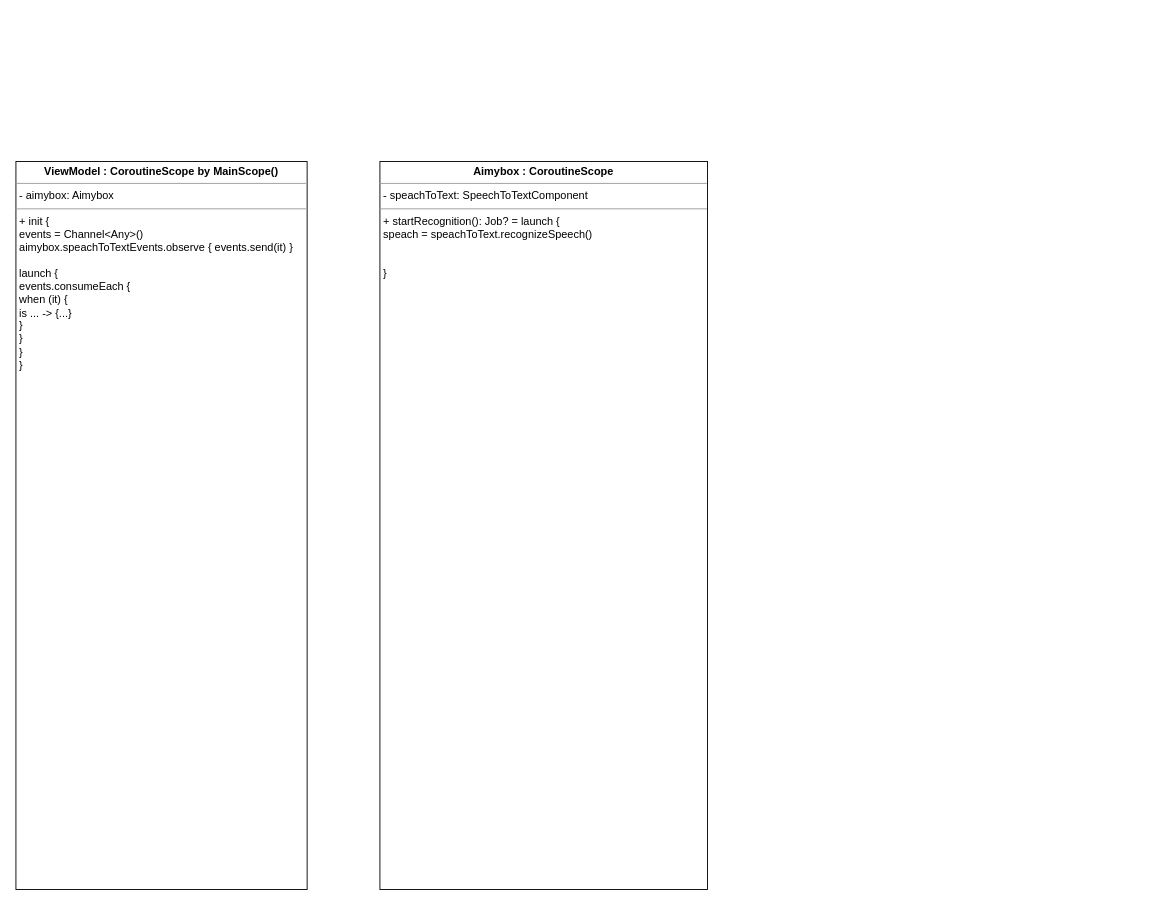
ShiryaevNikolay/diagrams keeps this draw.io diagram as AudioRecord.drawio. Above is the earlier version. Source tidied: cells renumbered, new cells numbered last; positions are measured from the earlier drawing's top-left corner, leaving out a move shared by most shapes. Both pictures are drawn from the tidied source at 91%, with x=0, y=0 at pixel (15, 161).
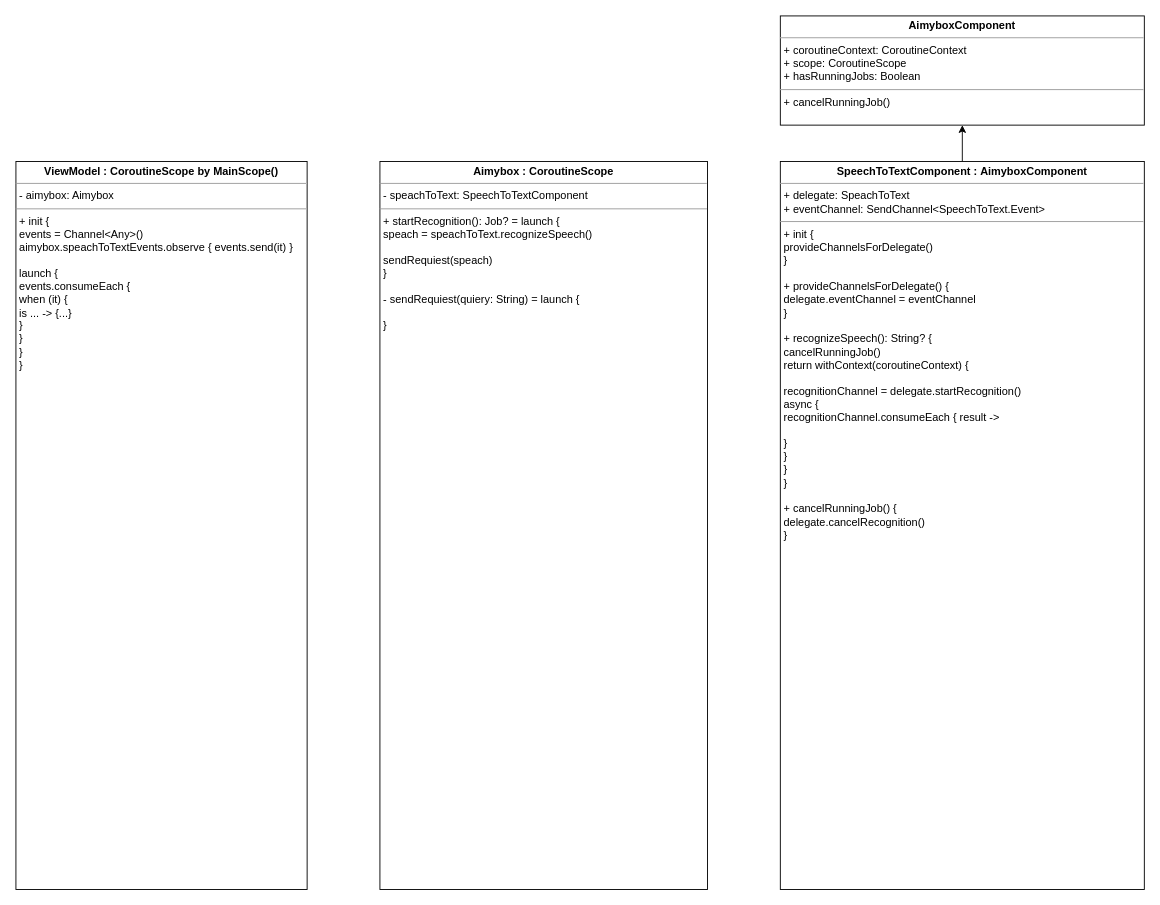
The same page after the edit.

Diff of the diagram source:
```diff
@@
 <mxGraphModel>
   <root>
     <mxCell id="0" />
     <mxCell id="1" parent="0" />
     <mxCell id="2" value="&lt;p style=&quot;margin:0px;margin-top:4px;text-align:center;&quot;&gt;&lt;b&gt;ViewModel :&amp;nbsp;&lt;/b&gt;&lt;b style=&quot;background-color: initial;&quot;&gt;CoroutineScope by MainScope()&lt;/b&gt;&lt;/p&gt;&lt;hr size=&quot;1&quot;&gt;&lt;p style=&quot;margin:0px;margin-left:4px;&quot;&gt;-&amp;nbsp;aimybox: Aimybox&lt;/p&gt;&lt;hr size=&quot;1&quot;&gt;&lt;p style=&quot;margin:0px;margin-left:4px;&quot;&gt;+ init {&lt;/p&gt;&lt;p style=&quot;margin:0px;margin-left:4px;&quot;&gt;events = Channel&amp;lt;Any&amp;gt;()&lt;/p&gt;&lt;p style=&quot;margin:0px;margin-left:4px;&quot;&gt;aimybox.speachToTextEvents.observe { events.send(it) }&lt;br&gt;&lt;/p&gt;&lt;p style=&quot;margin:0px;margin-left:4px;&quot;&gt;&lt;br&gt;&lt;/p&gt;&lt;p style=&quot;margin:0px;margin-left:4px;&quot;&gt;launch {&lt;/p&gt;&lt;p style=&quot;margin:0px;margin-left:4px;&quot;&gt;events.consumeEach {&lt;/p&gt;&lt;p style=&quot;margin:0px;margin-left:4px;&quot;&gt;when (it) {&lt;/p&gt;&lt;p style=&quot;margin:0px;margin-left:4px;&quot;&gt;is ... -&amp;gt; {...}&lt;/p&gt;&lt;p style=&quot;margin:0px;margin-left:4px;&quot;&gt;}&lt;/p&gt;&lt;p style=&quot;margin:0px;margin-left:4px;&quot;&gt;}&lt;/p&gt;&lt;p style=&quot;margin:0px;margin-left:4px;&quot;&gt;}&lt;/p&gt;&lt;p style=&quot;margin:0px;margin-left:4px;&quot;&gt;}&lt;/p&gt;" style="verticalAlign=top;align=left;overflow=fill;fontSize=12;fontFamily=Helvetica;html=1;" parent="1" vertex="1">
       <mxGeometry width="320" height="800" as="geometry" />
     </mxCell>
-    <mxCell id="3" value="&lt;p style=&quot;margin:0px;margin-top:4px;text-align:center;&quot;&gt;&lt;b&gt;Aimybox&amp;nbsp;&lt;/b&gt;&lt;b style=&quot;background-color: initial;&quot;&gt;: CoroutineScope&lt;/b&gt;&lt;/p&gt;&lt;hr size=&quot;1&quot;&gt;&lt;p style=&quot;margin:0px;margin-left:4px;&quot;&gt;- speachToText: SpeechToTextComponent&lt;/p&gt;&lt;hr size=&quot;1&quot;&gt;&lt;p style=&quot;margin:0px;margin-left:4px;&quot;&gt;+ startRecognition(): Job? =&amp;nbsp;&lt;span style=&quot;background-color: initial;&quot;&gt;launch {&lt;/span&gt;&lt;/p&gt;&lt;p style=&quot;margin:0px;margin-left:4px;&quot;&gt;speach =&amp;nbsp;speachToText.recognizeSpeech()&lt;/p&gt;&lt;p style=&quot;margin:0px;margin-left:4px;&quot;&gt;&lt;br&gt;&lt;/p&gt;&lt;p style=&quot;margin:0px;margin-left:4px;&quot;&gt;&lt;br&gt;&lt;/p&gt;&lt;p style=&quot;margin:0px;margin-left:4px;&quot;&gt;}&lt;/p&gt;" style="verticalAlign=top;align=left;overflow=fill;fontSize=12;fontFamily=Helvetica;html=1;" parent="1" vertex="1">
+    <mxCell id="3" value="&lt;p style=&quot;margin:0px;margin-top:4px;text-align:center;&quot;&gt;&lt;b&gt;Aimybox&amp;nbsp;&lt;/b&gt;&lt;b style=&quot;background-color: initial;&quot;&gt;: CoroutineScope&lt;/b&gt;&lt;/p&gt;&lt;hr size=&quot;1&quot;&gt;&lt;p style=&quot;margin:0px;margin-left:4px;&quot;&gt;- speachToText: SpeechToTextComponent&lt;/p&gt;&lt;hr size=&quot;1&quot;&gt;&lt;p style=&quot;margin:0px;margin-left:4px;&quot;&gt;+ startRecognition(): Job? =&amp;nbsp;&lt;span style=&quot;background-color: initial;&quot;&gt;launch {&lt;/span&gt;&lt;/p&gt;&lt;p style=&quot;margin:0px;margin-left:4px;&quot;&gt;speach =&amp;nbsp;speachToText.recognizeSpeech()&lt;/p&gt;&lt;p style=&quot;margin:0px;margin-left:4px;&quot;&gt;&lt;br&gt;&lt;/p&gt;&lt;p style=&quot;margin:0px;margin-left:4px;&quot;&gt;sendRequiest(speach)&lt;/p&gt;&lt;p style=&quot;margin:0px;margin-left:4px;&quot;&gt;}&lt;/p&gt;&lt;p style=&quot;margin:0px;margin-left:4px;&quot;&gt;&lt;br&gt;&lt;/p&gt;&lt;p style=&quot;margin:0px;margin-left:4px;&quot;&gt;- sendRequiest(quiery: String) = launch {&lt;/p&gt;&lt;p style=&quot;margin:0px;margin-left:4px;&quot;&gt;&lt;br&gt;&lt;/p&gt;&lt;p style=&quot;margin:0px;margin-left:4px;&quot;&gt;}&lt;/p&gt;" style="verticalAlign=top;align=left;overflow=fill;fontSize=12;fontFamily=Helvetica;html=1;" parent="1" vertex="1">
       <mxGeometry x="400" width="360" height="800" as="geometry" />
     </mxCell>
+    <mxCell id="4" style="edgeStyle=orthogonalEdgeStyle;rounded=0;jettySize=auto;html=1;" parent="1" edge="1" source="5" target="6">
+      <mxGeometry relative="1" as="geometry" />
+    </mxCell>
+    <mxCell id="5" value="&lt;p style=&quot;margin:0px;margin-top:4px;text-align:center;&quot;&gt;&lt;b&gt;SpeechToTextComponent :&amp;nbsp;&lt;/b&gt;&lt;b style=&quot;background-color: initial;&quot;&gt;AimyboxComponent&lt;/b&gt;&lt;/p&gt;&lt;hr size=&quot;1&quot;&gt;&lt;p style=&quot;margin:0px;margin-left:4px;&quot;&gt;+ delegate: SpeachToText&lt;/p&gt;&lt;p style=&quot;margin:0px;margin-left:4px;&quot;&gt;+&amp;nbsp;eventChannel: SendChannel&amp;lt;SpeechToText.Event&amp;gt;&lt;/p&gt;&lt;hr size=&quot;1&quot;&gt;&lt;p style=&quot;margin:0px;margin-left:4px;&quot;&gt;+ init {&lt;/p&gt;&lt;p style=&quot;margin:0px;margin-left:4px;&quot;&gt;provideChannelsForDelegate()&lt;br&gt;&lt;/p&gt;&lt;p style=&quot;margin:0px;margin-left:4px;&quot;&gt;}&lt;/p&gt;&lt;p style=&quot;margin:0px;margin-left:4px;&quot;&gt;&lt;br&gt;&lt;/p&gt;&lt;p style=&quot;margin:0px;margin-left:4px;&quot;&gt;+&amp;nbsp;provideChannelsForDelegate() {&lt;/p&gt;&lt;p style=&quot;margin:0px;margin-left:4px;&quot;&gt;delegate.eventChannel = eventChannel&lt;br&gt;&lt;/p&gt;&lt;p style=&quot;margin:0px;margin-left:4px;&quot;&gt;}&lt;/p&gt;&lt;p style=&quot;margin:0px;margin-left:4px;&quot;&gt;&lt;br&gt;&lt;/p&gt;&lt;p style=&quot;margin:0px;margin-left:4px;&quot;&gt;+&amp;nbsp;recognizeSpeech(): String? {&lt;/p&gt;&lt;p style=&quot;margin:0px;margin-left:4px;&quot;&gt;cancelRunningJob()&lt;br&gt;&lt;/p&gt;&lt;p style=&quot;margin:0px;margin-left:4px;&quot;&gt;return withContext(coroutineContext) {&lt;br&gt;&lt;/p&gt;&lt;p style=&quot;margin:0px;margin-left:4px;&quot;&gt;&lt;br&gt;&lt;/p&gt;&lt;p style=&quot;margin:0px;margin-left:4px;&quot;&gt;recognitionChannel = delegate.startRecognition()&lt;br&gt;&lt;/p&gt;&lt;p style=&quot;margin:0px;margin-left:4px;&quot;&gt;async {&lt;/p&gt;&lt;p style=&quot;margin:0px;margin-left:4px;&quot;&gt;recognitionChannel.consumeEach { result -&amp;gt;&lt;br&gt;&lt;/p&gt;&lt;p style=&quot;margin:0px;margin-left:4px;&quot;&gt;&lt;br&gt;&lt;/p&gt;&lt;p style=&quot;margin:0px;margin-left:4px;&quot;&gt;}&lt;/p&gt;&lt;p style=&quot;margin:0px;margin-left:4px;&quot;&gt;}&lt;/p&gt;&lt;p style=&quot;margin:0px;margin-left:4px;&quot;&gt;}&lt;/p&gt;&lt;p style=&quot;margin:0px;margin-left:4px;&quot;&gt;}&lt;/p&gt;&lt;p style=&quot;margin:0px;margin-left:4px;&quot;&gt;&lt;br&gt;&lt;/p&gt;&lt;p style=&quot;margin:0px;margin-left:4px;&quot;&gt;+&amp;nbsp;cancelRunningJob() {&lt;/p&gt;&lt;p style=&quot;margin:0px;margin-left:4px;&quot;&gt;delegate.cancelRecognition()&lt;/p&gt;&lt;p style=&quot;margin:0px;margin-left:4px;&quot;&gt;}&lt;/p&gt;" style="verticalAlign=top;align=left;overflow=fill;fontSize=12;fontFamily=Helvetica;html=1;" parent="1" vertex="1">
+      <mxGeometry x="840" width="400" height="800" as="geometry" />
+    </mxCell>
+    <mxCell id="6" value="&lt;p style=&quot;margin:0px;margin-top:4px;text-align:center;&quot;&gt;&lt;b&gt;AimyboxComponent&lt;/b&gt;&lt;br&gt;&lt;/p&gt;&lt;hr size=&quot;1&quot;&gt;&lt;p style=&quot;margin:0px;margin-left:4px;&quot;&gt;+ coroutineContext:&amp;nbsp;CoroutineContext&lt;/p&gt;&lt;p style=&quot;margin:0px;margin-left:4px;&quot;&gt;+&amp;nbsp;scope: CoroutineScope&lt;/p&gt;&lt;p style=&quot;margin:0px;margin-left:4px;&quot;&gt;+&amp;nbsp;hasRunningJobs: Boolean&lt;/p&gt;&lt;hr size=&quot;1&quot;&gt;&lt;p style=&quot;margin:0px;margin-left:4px;&quot;&gt;+ cancelRunningJob()&lt;/p&gt;" style="verticalAlign=top;align=left;overflow=fill;fontSize=12;fontFamily=Helvetica;html=1;" parent="1" vertex="1">
+      <mxGeometry x="840" y="-160" width="400" height="120" as="geometry" />
+    </mxCell>
   </root>
 </mxGraphModel>
```
